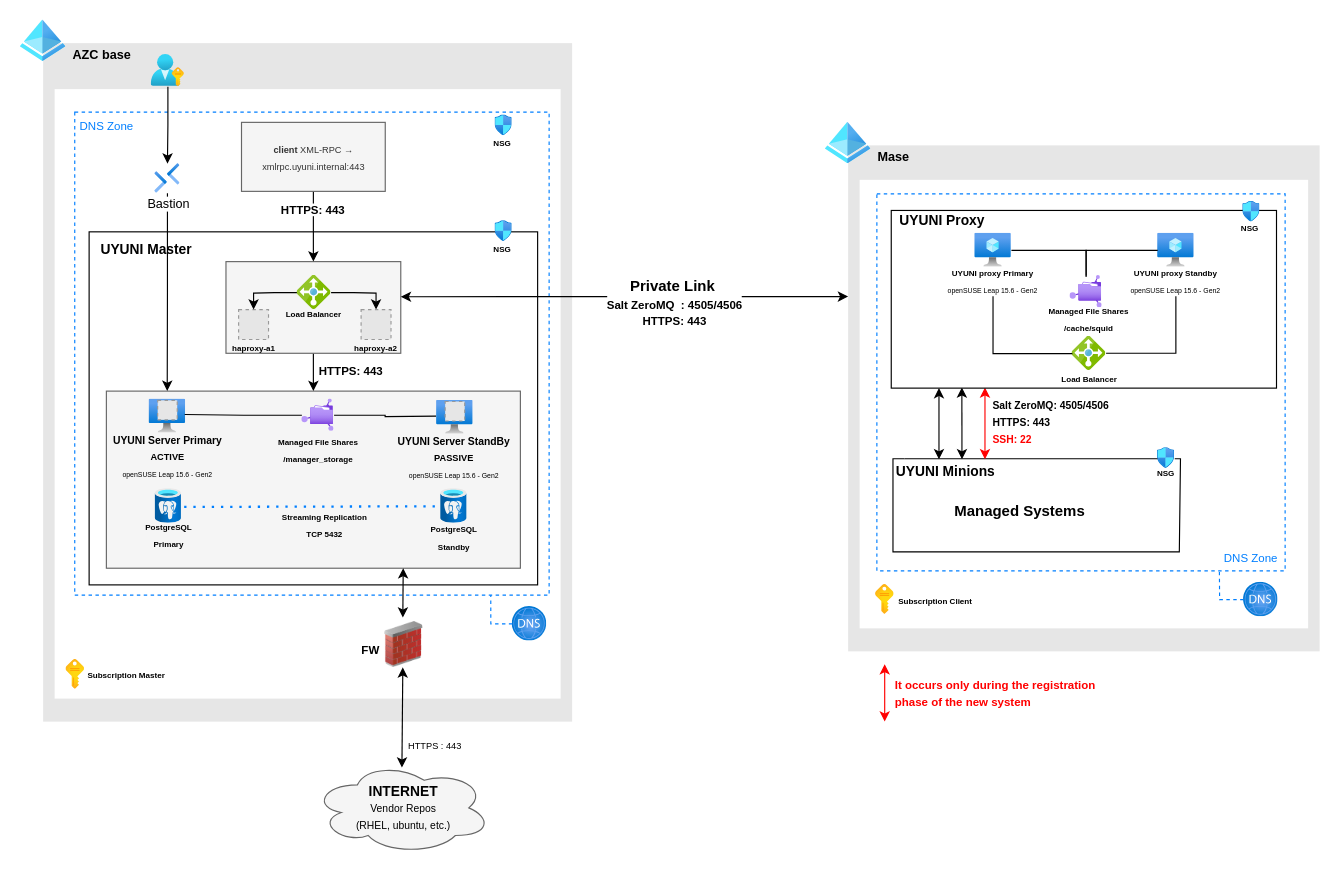
This is Uyuni/Infrastructure-Design/UYUNI-Infrastructure-HA.drawio from MR-NBD/Security-Patch-Manager, a draw.io file, before an edit. Source tidied: cells renumbered, new cells numbered last; positions are measured from the earlier drawing's top-left corner, leaving out a move shared by most shapes. Both pictures are drawn from the tidied source at 115%, with x=0, y=0 at pixel (20, 20). Pictures stored in the file or linked from it are replaced by grey dashed boxes.
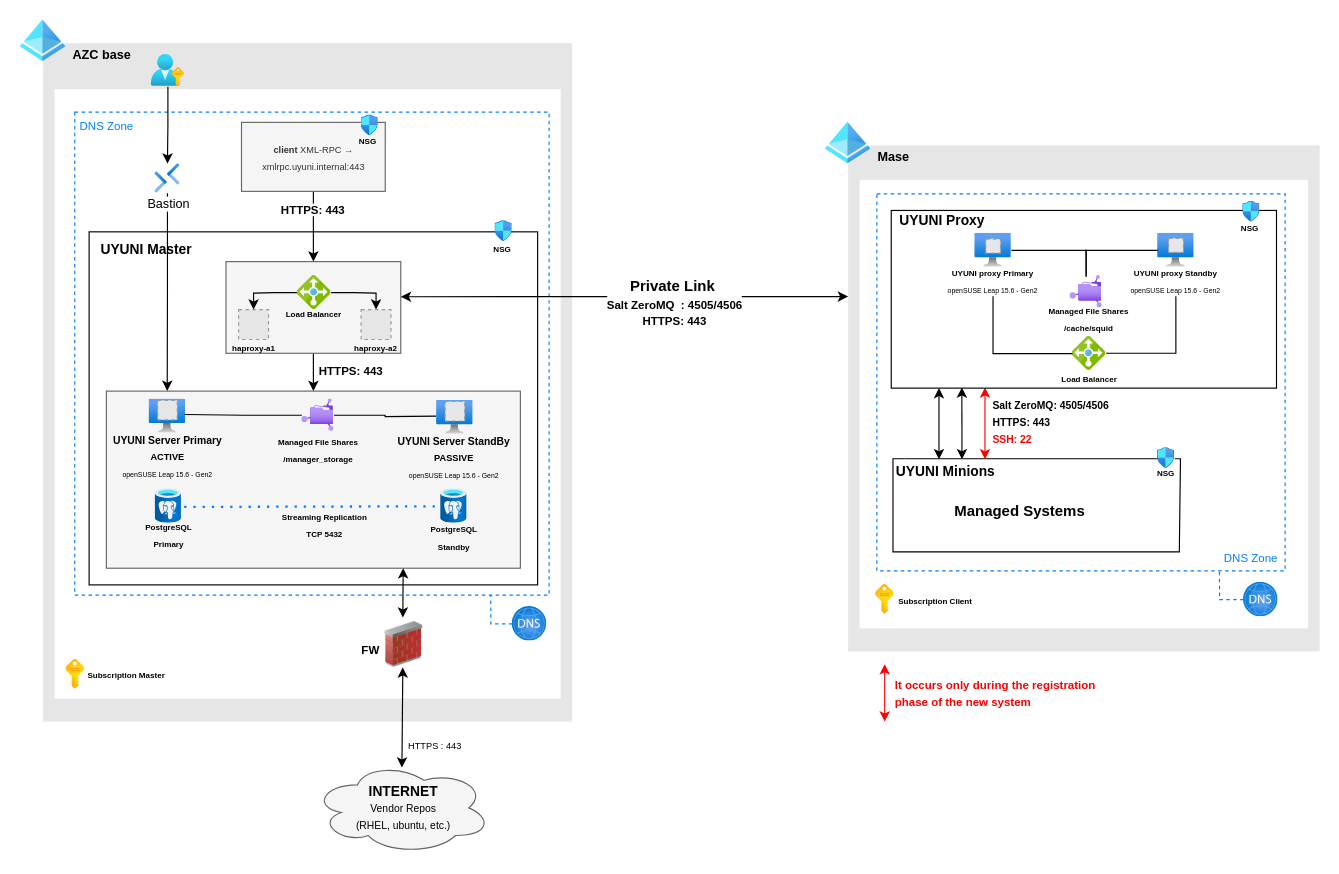
After the change.

Commit message:
Last Obsidian Sync 2026-02-25 10:18:23MR-NBDM Uyuni/Infrastructure-Design/UYUNI-Infrastructure-HA.drawio

Diff of the diagram source:
```diff
@@
     <mxCell id="64" style="image;html=1;align=center;fontSize=12;image=img/lib/azure2/networking/Network_Security_Groups.svg;" parent="1" vertex="1">
-      <mxGeometry x="413" y="82.6" width="15" height="18" as="geometry" />
+      <mxGeometry x="296.5" y="82.6" width="15" height="18" as="geometry" />
     </mxCell>
@@
     <mxCell id="72" value="&lt;b&gt;&lt;font style=&quot;font-size: 7px;&quot;&gt;NSG&lt;/font&gt;&lt;/b&gt;" style="text;html=1;strokeColor=none;fillColor=none;align=left;verticalAlign=middle;rounded=0;" parent="1" vertex="1">
-      <mxGeometry x="409.5" y="100.6" width="22" height="10" as="geometry" />
+      <mxGeometry x="293" y="98.9" width="22" height="10" as="geometry" />
     </mxCell>
@@
+    <mxCell id="102" style="fillColor=#E6E6E6;strokeColor=#999999;dashed=1;verticalLabelPosition=bottom;labelBackgroundColor=default;verticalAlign=top;" parent="1" vertex="1">
+      <mxGeometry x="998.7" y="189.8" width="12.8" height="12.2" as="geometry" />
+    </mxCell>
+    <mxCell id="103" style="fillColor=#E6E6E6;strokeColor=#999999;dashed=1;verticalLabelPosition=bottom;labelBackgroundColor=default;verticalAlign=top;" parent="1" vertex="1">
+      <mxGeometry x="839.7" y="190.4" width="12.8" height="12.2" as="geometry" />
+    </mxCell>
```
